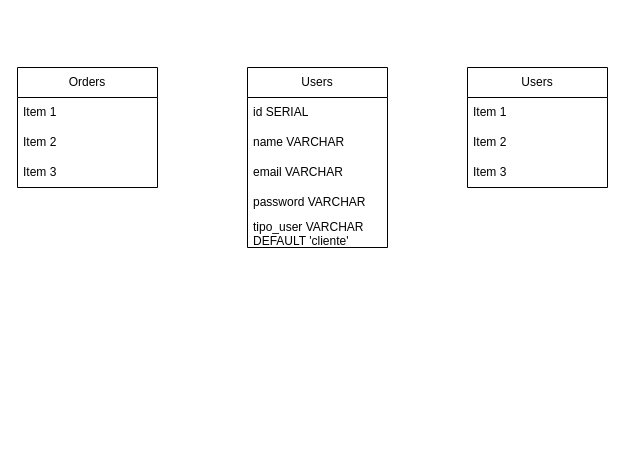
GuilhermeVieira05/sitePizzaria keeps this draw.io diagram as utils/modeling.drawio. Above is the earlier version. Source tidied: cells renumbered, new cells numbered last; positions are measured from the earlier drawing's top-left corner, leaving out a move shared by most shapes. Both pictures are drawn from the tidied source at 100%, with x=0, y=0 at pixel (17, 67).
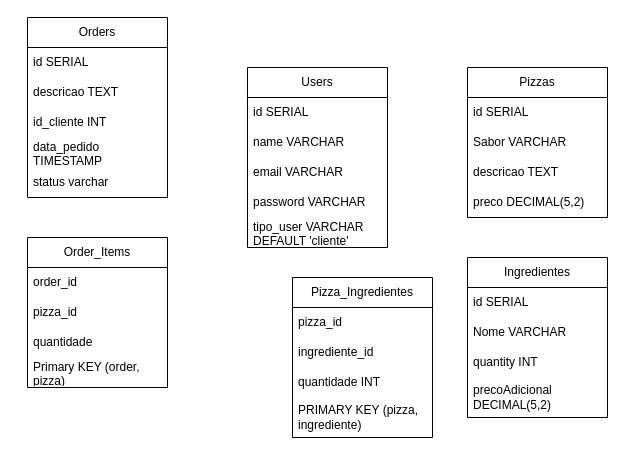
The same diagram, later.

Change to the diagram source:
```diff
@@
     <mxCell id="2" value="Orders" style="swimlane;fontStyle=0;horizontal=1;startSize=30;whiteSpace=wrap;html=1;" parent="1" vertex="1">
-      <mxGeometry width="140" height="120" as="geometry" />
+      <mxGeometry x="10" y="-50" width="140" height="180" as="geometry" />
     </mxCell>
-    <mxCell id="3" value="Item 1" style="text;strokeColor=none;fillColor=none;align=left;verticalAlign=middle;spacingLeft=4;spacingRight=4;overflow=hidden;whiteSpace=wrap;html=1;" parent="2" vertex="1">
+    <mxCell id="3" value="id SERIAL" style="text;strokeColor=none;fillColor=none;align=left;verticalAlign=middle;spacingLeft=4;spacingRight=4;overflow=hidden;whiteSpace=wrap;html=1;" parent="2" vertex="1">
       <mxGeometry y="30" width="140" height="30" as="geometry" />
     </mxCell>
-    <mxCell id="4" value="Item 2" style="text;strokeColor=none;fillColor=none;align=left;verticalAlign=middle;spacingLeft=4;spacingRight=4;overflow=hidden;whiteSpace=wrap;html=1;" parent="2" vertex="1">
+    <mxCell id="4" value="descricao TEXT" style="text;strokeColor=none;fillColor=none;align=left;verticalAlign=middle;spacingLeft=4;spacingRight=4;overflow=hidden;whiteSpace=wrap;html=1;" parent="2" vertex="1">
       <mxGeometry y="60" width="140" height="30" as="geometry" />
     </mxCell>
-    <mxCell id="5" value="Item 3" style="text;strokeColor=none;fillColor=none;align=left;verticalAlign=middle;spacingLeft=4;spacingRight=4;overflow=hidden;whiteSpace=wrap;html=1;" parent="2" vertex="1">
+    <mxCell id="5" value="id_cliente INT" style="text;strokeColor=none;fillColor=none;align=left;verticalAlign=middle;spacingLeft=4;spacingRight=4;overflow=hidden;whiteSpace=wrap;html=1;" parent="2" vertex="1">
       <mxGeometry y="90" width="140" height="30" as="geometry" />
     </mxCell>
+    <mxCell id="16" value="data_pedido TIMESTAMP" style="text;strokeColor=none;fillColor=none;align=left;verticalAlign=middle;spacingLeft=4;spacingRight=4;overflow=hidden;whiteSpace=wrap;html=1;" parent="2" vertex="1">
+      <mxGeometry y="120" width="140" height="30" as="geometry" />
+    </mxCell>
+    <mxCell id="17" value="status varchar" style="text;strokeColor=none;fillColor=none;align=left;verticalAlign=middle;spacingLeft=4;spacingRight=4;overflow=hidden;whiteSpace=wrap;html=1;" parent="2" vertex="1">
+      <mxGeometry y="150" width="140" height="30" as="geometry" />
+    </mxCell>
@@
-    <mxCell id="12" value="Users" style="swimlane;fontStyle=0;horizontal=1;startSize=30;whiteSpace=wrap;html=1;" parent="1" vertex="1">
-      <mxGeometry x="450" width="140" height="120" as="geometry" />
+    <mxCell id="12" value="Pizzas" style="swimlane;fontStyle=0;horizontal=1;startSize=30;whiteSpace=wrap;html=1;" parent="1" vertex="1">
+      <mxGeometry x="450" width="140" height="150" as="geometry" />
     </mxCell>
-    <mxCell id="13" value="Item 1" style="text;strokeColor=none;fillColor=none;align=left;verticalAlign=middle;spacingLeft=4;spacingRight=4;overflow=hidden;whiteSpace=wrap;html=1;" parent="12" vertex="1">
+    <mxCell id="13" value="id SERIAL" style="text;strokeColor=none;fillColor=none;align=left;verticalAlign=middle;spacingLeft=4;spacingRight=4;overflow=hidden;whiteSpace=wrap;html=1;" parent="12" vertex="1">
       <mxGeometry y="30" width="140" height="30" as="geometry" />
     </mxCell>
-    <mxCell id="14" value="Item 2" style="text;strokeColor=none;fillColor=none;align=left;verticalAlign=middle;spacingLeft=4;spacingRight=4;overflow=hidden;whiteSpace=wrap;html=1;" parent="12" vertex="1">
+    <mxCell id="14" value="Sabor VARCHAR" style="text;strokeColor=none;fillColor=none;align=left;verticalAlign=middle;spacingLeft=4;spacingRight=4;overflow=hidden;whiteSpace=wrap;html=1;" parent="12" vertex="1">
       <mxGeometry y="60" width="140" height="30" as="geometry" />
     </mxCell>
-    <mxCell id="15" value="Item 3" style="text;strokeColor=none;fillColor=none;align=left;verticalAlign=middle;spacingLeft=4;spacingRight=4;overflow=hidden;whiteSpace=wrap;html=1;" parent="12" vertex="1">
+    <mxCell id="15" value="descricao TEXT" style="text;strokeColor=none;fillColor=none;align=left;verticalAlign=middle;spacingLeft=4;spacingRight=4;overflow=hidden;whiteSpace=wrap;html=1;" parent="12" vertex="1">
       <mxGeometry y="90" width="140" height="30" as="geometry" />
     </mxCell>
+    <mxCell id="18" value="preco DECIMAL(5,2)" style="text;strokeColor=none;fillColor=none;align=left;verticalAlign=middle;spacingLeft=4;spacingRight=4;overflow=hidden;whiteSpace=wrap;html=1;" parent="12" vertex="1">
+      <mxGeometry y="120" width="140" height="30" as="geometry" />
+    </mxCell>
+    <mxCell id="19" value="Ingredientes" style="swimlane;fontStyle=0;horizontal=1;startSize=30;whiteSpace=wrap;html=1;" parent="1" vertex="1">
+      <mxGeometry x="450" y="190" width="140" height="160" as="geometry" />
+    </mxCell>
+    <mxCell id="20" value="id SERIAL" style="text;strokeColor=none;fillColor=none;align=left;verticalAlign=middle;spacingLeft=4;spacingRight=4;overflow=hidden;whiteSpace=wrap;html=1;" parent="19" vertex="1">
+      <mxGeometry y="30" width="140" height="30" as="geometry" />
+    </mxCell>
+    <mxCell id="21" value="Nome VARCHAR" style="text;strokeColor=none;fillColor=none;align=left;verticalAlign=middle;spacingLeft=4;spacingRight=4;overflow=hidden;whiteSpace=wrap;html=1;" parent="19" vertex="1">
+      <mxGeometry y="60" width="140" height="30" as="geometry" />
+    </mxCell>
+    <mxCell id="22" value="quantity INT" style="text;strokeColor=none;fillColor=none;align=left;verticalAlign=middle;spacingLeft=4;spacingRight=4;overflow=hidden;whiteSpace=wrap;html=1;" parent="19" vertex="1">
+      <mxGeometry y="90" width="140" height="30" as="geometry" />
+    </mxCell>
+    <mxCell id="23" value="precoAdicional DECIMAL(5,2)" style="text;strokeColor=none;fillColor=none;align=left;verticalAlign=middle;spacingLeft=4;spacingRight=4;overflow=hidden;whiteSpace=wrap;html=1;" parent="19" vertex="1">
+      <mxGeometry y="120" width="140" height="40" as="geometry" />
+    </mxCell>
+    <mxCell id="24" value="Pizza_Ingredientes" style="swimlane;fontStyle=0;horizontal=1;startSize=30;whiteSpace=wrap;html=1;" parent="1" vertex="1">
+      <mxGeometry x="275" y="210" width="140" height="160" as="geometry" />
+    </mxCell>
+    <mxCell id="25" value="pizza_id" style="text;strokeColor=none;fillColor=none;align=left;verticalAlign=middle;spacingLeft=4;spacingRight=4;overflow=hidden;whiteSpace=wrap;html=1;" parent="24" vertex="1">
+      <mxGeometry y="30" width="140" height="30" as="geometry" />
+    </mxCell>
+    <mxCell id="26" value="ingrediente_id" style="text;strokeColor=none;fillColor=none;align=left;verticalAlign=middle;spacingLeft=4;spacingRight=4;overflow=hidden;whiteSpace=wrap;html=1;" parent="24" vertex="1">
+      <mxGeometry y="60" width="140" height="30" as="geometry" />
+    </mxCell>
+    <mxCell id="27" value="quantidade INT" style="text;strokeColor=none;fillColor=none;align=left;verticalAlign=middle;spacingLeft=4;spacingRight=4;overflow=hidden;whiteSpace=wrap;html=1;" parent="24" vertex="1">
+      <mxGeometry y="90" width="140" height="30" as="geometry" />
+    </mxCell>
+    <mxCell id="28" value="PRIMARY KEY (pizza, ingrediente)" style="text;strokeColor=none;fillColor=none;align=left;verticalAlign=middle;spacingLeft=4;spacingRight=4;overflow=hidden;whiteSpace=wrap;html=1;" parent="24" vertex="1">
+      <mxGeometry y="120" width="140" height="40" as="geometry" />
+    </mxCell>
+    <mxCell id="29" value="Order_Items" style="swimlane;fontStyle=0;horizontal=1;startSize=30;whiteSpace=wrap;html=1;" parent="1" vertex="1">
+      <mxGeometry x="10" y="170" width="140" height="150" as="geometry" />
+    </mxCell>
+    <mxCell id="30" value="order_id" style="text;strokeColor=none;fillColor=none;align=left;verticalAlign=middle;spacingLeft=4;spacingRight=4;overflow=hidden;whiteSpace=wrap;html=1;" parent="29" vertex="1">
+      <mxGeometry y="30" width="140" height="30" as="geometry" />
+    </mxCell>
+    <mxCell id="31" value="pizza_id" style="text;strokeColor=none;fillColor=none;align=left;verticalAlign=middle;spacingLeft=4;spacingRight=4;overflow=hidden;whiteSpace=wrap;html=1;" parent="29" vertex="1">
+      <mxGeometry y="60" width="140" height="30" as="geometry" />
+    </mxCell>
+    <mxCell id="32" value="quantidade" style="text;strokeColor=none;fillColor=none;align=left;verticalAlign=middle;spacingLeft=4;spacingRight=4;overflow=hidden;whiteSpace=wrap;html=1;" parent="29" vertex="1">
+      <mxGeometry y="90" width="140" height="30" as="geometry" />
+    </mxCell>
+    <mxCell id="33" value="Primary KEY (order, pizza)" style="text;strokeColor=none;fillColor=none;align=left;verticalAlign=middle;spacingLeft=4;spacingRight=4;overflow=hidden;whiteSpace=wrap;html=1;" parent="29" vertex="1">
+      <mxGeometry y="120" width="140" height="30" as="geometry" />
+    </mxCell>
```
